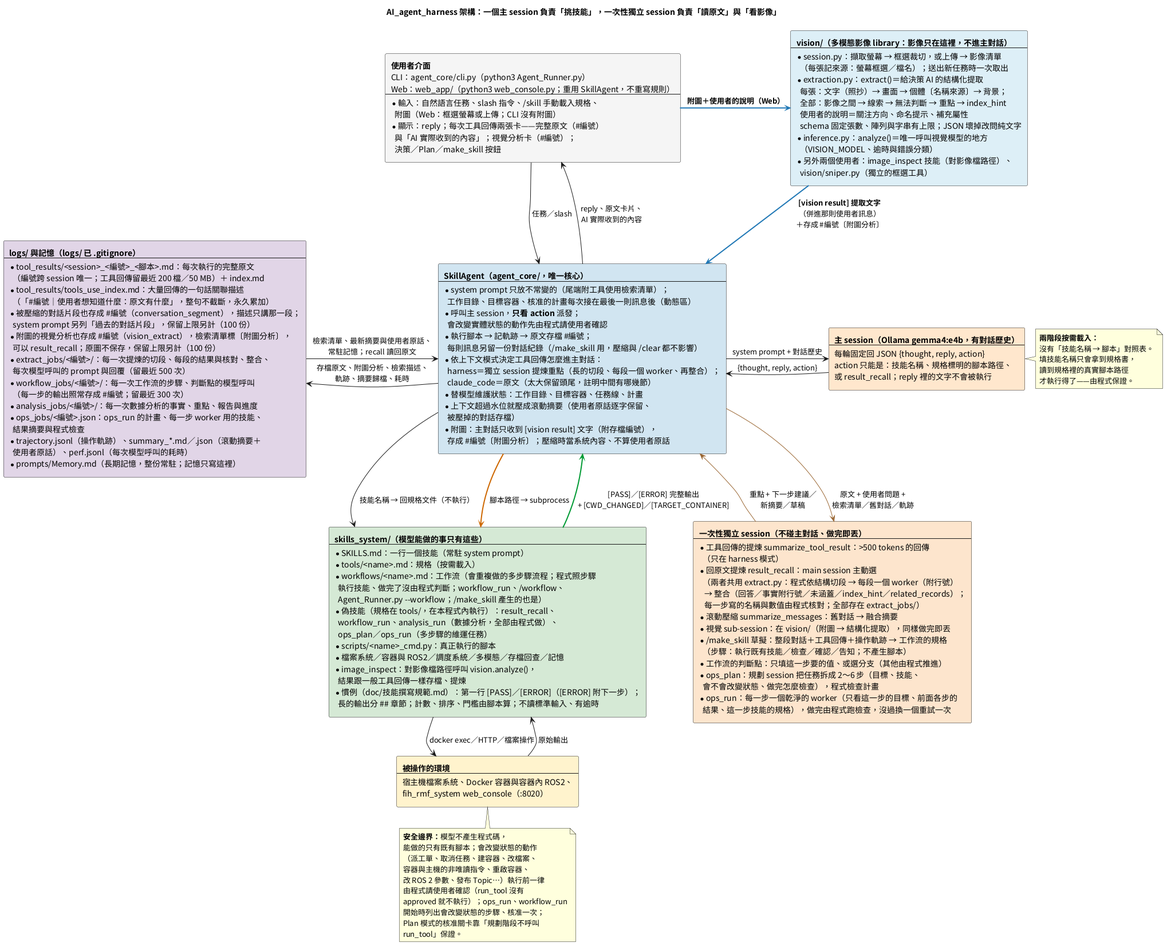
Above: doc/images/AI_agent_harness的說明.png in DavidZox/Coding_agnet (PlantUML), before the change.
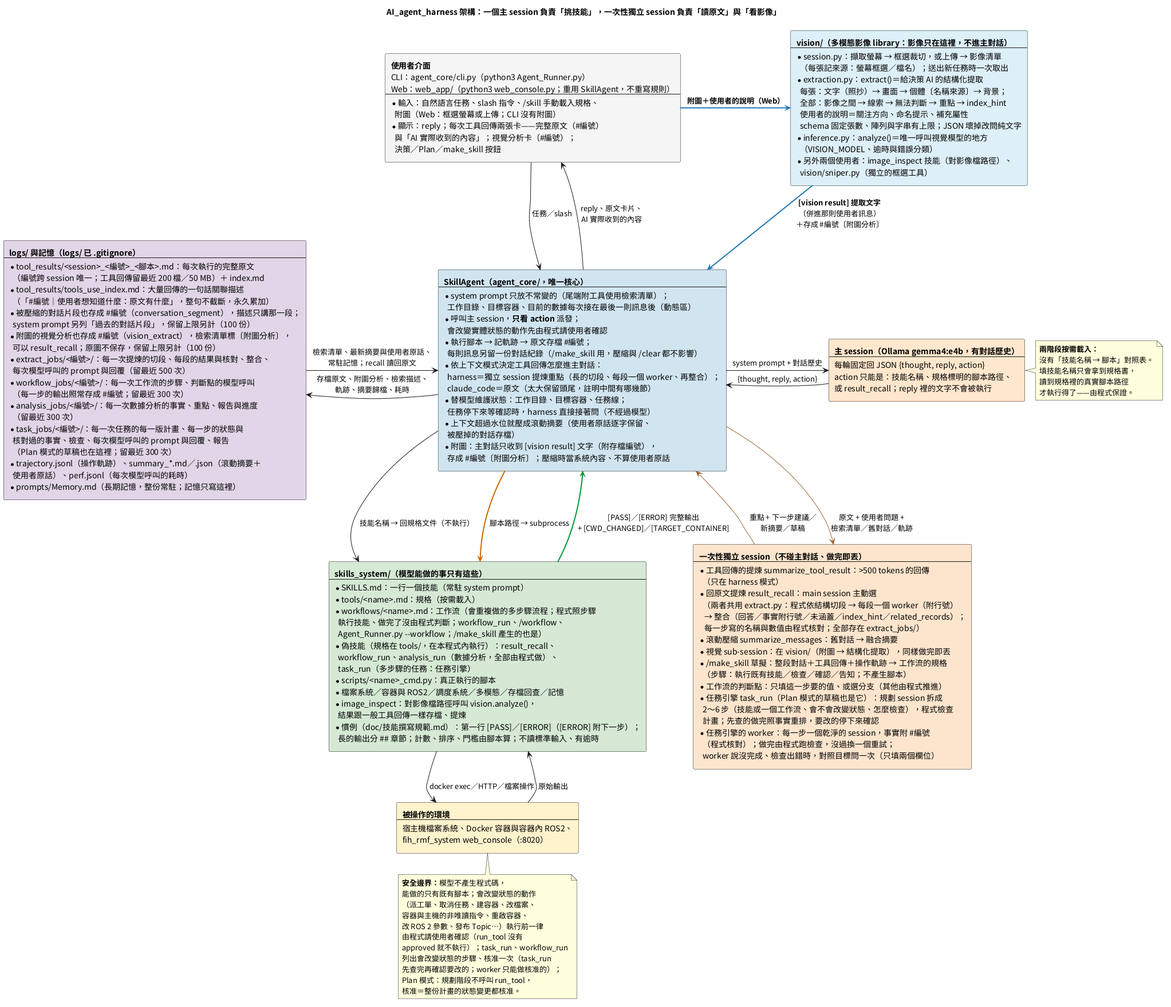
Later version of the same file.

The edit, as a diff of the source:
```diff
@@ -39,7 +39,7 @@
   **SkillAgent（agent_core/，唯一核心）**
   ----
   * system prompt 只放不常變的（尾端附工具使用檢索清單）；
-    工作目錄、目標容器、核准的計畫每次接在最後一則訊息後（動態區）
+    工作目錄、目標容器、目前的數據每次接在最後一則訊息後（動態區）
   * 呼叫主 session，**只看 action** 派發；
     會改變實體狀態的動作先由程式請使用者確認
   * 執行腳本 → 記軌跡 → 原文存檔 #編號；
@@ -47,7 +47,8 @@
   * 依上下文模式決定工具回傳怎麼進主對話：
     harness＝獨立 session 提煉重點（長的切段、每段一個 worker、再整合）；
     claude_code＝原文（太大保留頭尾，註明中間有哪幾節）
-  * 替模型維護狀態：工作目錄、目標容器、任務線、計畫
+  * 替模型維護狀態：工作目錄、目標容器、任務線；
+    任務停下來等確認時，harness 直接接著問（不經過模型）
   * 上下文超過水位就壓成滾動摘要（使用者原話逐字保留、
     被壓掉的對話存檔）
   * 附圖：主對話只收到 [vision result] 文字（附存檔編號），
@@ -76,10 +77,12 @@
   * /make_skill 草擬：整段對話＋工具回傳＋操作軌跡 → 工作流的規格
     （步驟：執行既有技能／檢查／確認／告知；不產生腳本）
   * 工作流的判斷點：只填這一步要的值、或選分支（其他由程式推進）
-  * ops_plan：規劃 session 把任務拆成 2～6 步（目標、技能、
-    會不會改變狀態、做完怎麼檢查），程式檢查計畫
-  * ops_run：每一步一個乾淨的 worker（只看這一步的目標、前面各步的
-    結果、這一步技能的規格），做完由程式跑檢查，沒過換一個重試一次
+  * 任務引擎 task_run（Plan 模式的草稿也是它）：規劃 session 拆成
+    2～6 步（技能或一個工作流、會不會改變狀態、怎麼檢查），程式檢查
+    計畫；先查的做完照事實重排，要改的停下來確認
+  * 任務引擎的 worker：每一步一個乾淨的 session，事實附 #編號
+    （程式核對）；做完由程式跑檢查，沒過換一個重試；
+    worker 說沒完成、檢查出錯時，對照目標問一次（只填兩個欄位）
 ]
 
 rectangle NodeSkills #D5E8D4 [
@@ -92,7 +95,7 @@
     Agent_Runner.py --workflow；/make_skill 產生的也是）
   * 偽技能（規格在 tools/，在本程式內執行）：result_recall、
     workflow_run、analysis_run（數據分析，全部由程式做）、
-    ops_plan／ops_run（多步驟的維運任務）
+    task_run（多步驟的任務：任務引擎）
   * scripts/<name>_cmd.py：真正執行的腳本
   * 檔案系統／容器與 ROS2／調度系統／多模態／存檔回查／記憶
   * image_inspect：對影像檔路徑呼叫 vision.analyze()，
@@ -124,8 +127,10 @@
   * workflow_jobs/<編號>/：每一次工作流的步驟、判斷點的模型呼叫
     （每一步的輸出照常存成 #編號；留最近 300 次）
   * analysis_jobs/<編號>/：每一次數據分析的事實、重點、報告與進度
-  * ops_jobs/<編號>.json：ops_run 的計畫、每一步 worker 用的技能、
-    結果摘要與程式檢查
+    （留最近 300 次）
+  * task_jobs/<編號>/：每一次任務的每一版計畫、每一步的狀態與
+    核對過的事實、檢查、每次模型呼叫的 prompt 與回覆、報告
+    （Plan 模式的草稿也在這裡；留最近 300 次）
   * trajectory.jsonl（操作軌跡）、summary_*.md／.json（滾動摘要＋
     使用者原話）、perf.jsonl（每次模型呼叫的耗時）
   * prompts/Memory.md（長期記憶，整份常駐；記憶只寫這裡）
@@ -164,10 +169,11 @@
   容器與主機的非唯讀指令、重啟容器、
   改 ROS 2 參數、發布 Topic…）執行前一律
   由程式請使用者確認（run_tool 沒有
-  approved 就不執行）；ops_run、workflow_run
-  開始時列出會改變狀態的步驟、核准一次；
-  Plan 模式的核准關卡靠「規劃階段不呼叫
-  run_tool」保證。
+  approved 就不執行）；task_run、workflow_run
+  列出會改變狀態的步驟、核准一次（task_run
+  先查完再確認要改的；worker 只能做核准的）；
+  Plan 模式：規劃階段不呼叫 run_tool，
+  核准＝整份計畫的狀態變更都核准。
 end note
 
 @enduml
```
